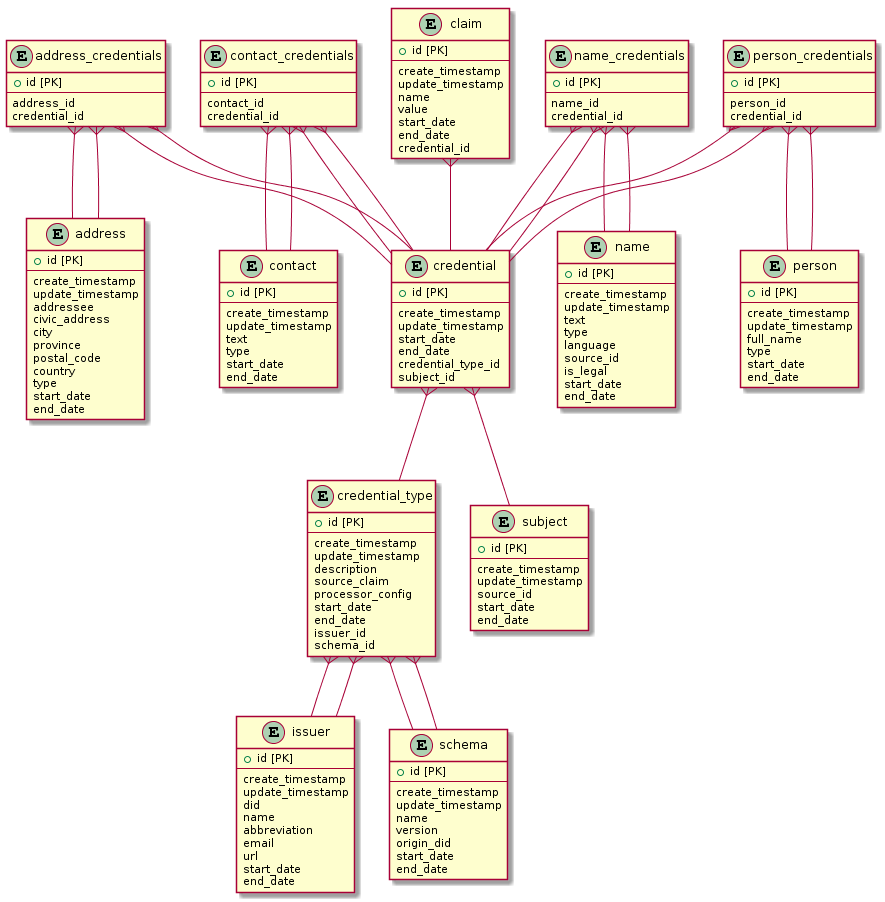
Earlier version of the PlantUML export tob-api/api_v2/docs/images/tob.png (bcgov/TheOrgBook). The source it was exported from:
```plantuml
@startuml
entity "address" {
  + id [PK]
  --
  create_timestamp
  update_timestamp
  addressee
  civic_address
  city
  province
  postal_code
  country
  type
  start_date
  end_date
}

entity "address_credentials" {
  + id [PK]
  --
  address_id
  credential_id
}

entity "claim" {
  + id [PK]
  --
  create_timestamp
  update_timestamp
  name
  value
  start_date
  end_date
  credential_id
}

entity "contact" {
  + id [PK]
  --
  create_timestamp
  update_timestamp
  text
  type
  start_date
  end_date
}

entity "contact_credentials" {
  + id [PK]
  --
  contact_id
  credential_id
}

entity "credential" {
  + id [PK]
  --
  create_timestamp
  update_timestamp
  start_date
  end_date
  credential_type_id
  subject_id
}

entity "credential_type" {
  + id [PK]
  --
  create_timestamp
  update_timestamp
  description
  source_claim
  processor_config
  start_date
  end_date
  issuer_id
  schema_id
}

entity "issuer" {
  + id [PK]
  --
  create_timestamp
  update_timestamp
  did
  name
  abbreviation
  email
  url
  start_date
  end_date
}

entity "name" {
  + id [PK]
  --
  create_timestamp
  update_timestamp
  text
  type
  language
  source_id
  is_legal
  start_date
  end_date
}

entity "name_credentials" {
  + id [PK]
  --
  name_id
  credential_id
}

entity "person" {
  + id [PK]
  --
  create_timestamp
  update_timestamp
  full_name
  type
  start_date
  end_date
}

entity "person_credentials" {
  + id [PK]
  --
  person_id
  credential_id
}

entity "schema" {
  + id [PK]
  --
  create_timestamp
  update_timestamp
  name
  version
  origin_did
  start_date
  end_date
}

entity "subject" {
  + id [PK]
  --
  create_timestamp
  update_timestamp
  source_id
  start_date
  end_date
}

 address_credentials }-- address

 address_credentials }-- address

 address_credentials }-- credential

 address_credentials }-- credential

 claim }-- credential

 contact_credentials }-- contact

 contact_credentials }-- contact

 contact_credentials }-- credential

 contact_credentials }-- credential

 credential }-- credential_type

 credential }-- subject

 credential_type }-- issuer

 credential_type }-- issuer

 credential_type }-- schema

 credential_type }-- schema

 name_credentials }-- credential

 name_credentials }-- credential

 name_credentials }-- name

 name_credentials }-- name

 person_credentials }-- credential

 person_credentials }-- credential

 person_credentials }-- person

 person_credentials }-- person
@enduml
```
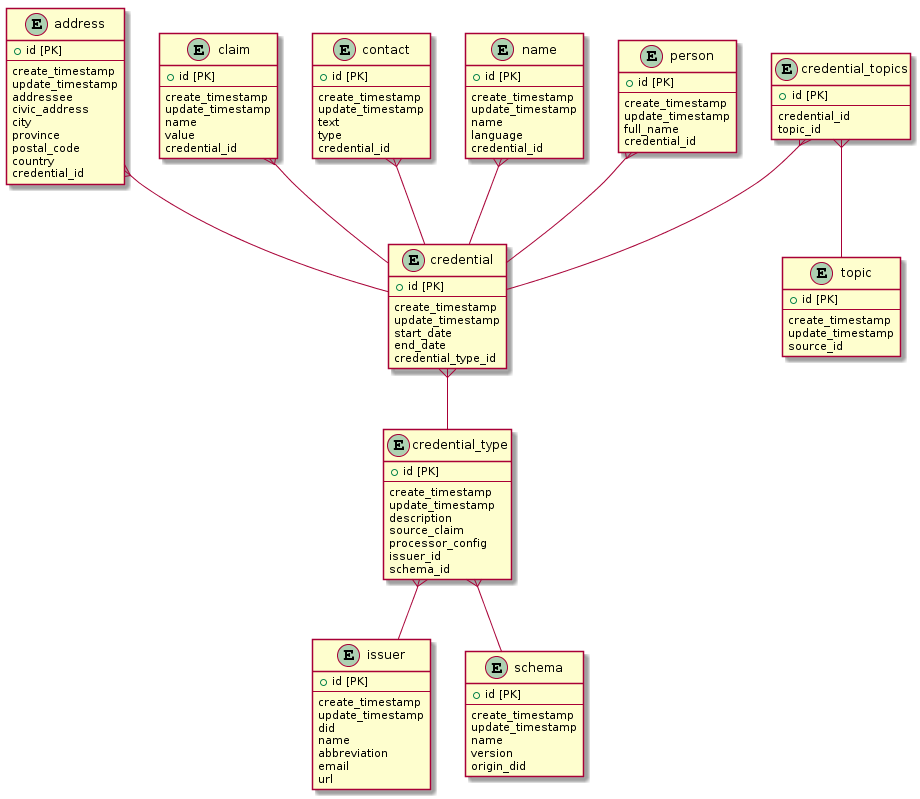
After the commit.

Diff of the diagram source:
```diff
@@ -10,15 +10,6 @@
   province
   postal_code
   country
-  type
-  start_date
-  end_date
-}
-
-entity "address_credentials" {
-  + id [PK]
-  --
-  address_id
   credential_id
 }
 
@@ -29,8 +20,6 @@
   update_timestamp
   name
   value
-  start_date
-  end_date
   credential_id
 }
 
@@ -41,14 +30,6 @@
   update_timestamp
   text
   type
-  start_date
-  end_date
-}
-
-entity "contact_credentials" {
-  + id [PK]
-  --
-  contact_id
   credential_id
 }
 
@@ -60,7 +41,13 @@
   start_date
   end_date
   credential_type_id
-  subject_id
+}
+
+entity "credential_topics" {
+  + id [PK]
+  --
+  credential_id
+  topic_id
 }
 
 entity "credential_type" {
@@ -71,8 +58,6 @@
   description
   source_claim
   processor_config
-  start_date
-  end_date
   issuer_id
   schema_id
 }
@@ -87,8 +72,6 @@
   abbreviation
   email
   url
-  start_date
-  end_date
 }
 
 entity "name" {
@@ -96,19 +79,8 @@
   --
   create_timestamp
   update_timestamp
-  text
-  type
+  name
   language
-  source_id
-  is_legal
-  start_date
-  end_date
-}
-
-entity "name_credentials" {
-  + id [PK]
-  --
-  name_id
   credential_id
 }
 
@@ -118,15 +90,6 @@
   create_timestamp
   update_timestamp
   full_name
-  type
-  start_date
-  end_date
-}
-
-entity "person_credentials" {
-  + id [PK]
-  --
-  person_id
   credential_id
 }
 
@@ -138,63 +101,34 @@
   name
   version
   origin_did
-  start_date
-  end_date
 }
 
-entity "subject" {
+entity "topic" {
   + id [PK]
   --
   create_timestamp
   update_timestamp
   source_id
-  start_date
-  end_date
 }
 
- address_credentials }-- address
-
- address_credentials }-- address
-
- address_credentials }-- credential
-
- address_credentials }-- credential
+ address }-- credential
 
  claim }-- credential
 
- contact_credentials }-- contact
-
- contact_credentials }-- contact
-
- contact_credentials }-- credential
-
- contact_credentials }-- credential
+ contact }-- credential
 
  credential }-- credential_type
 
- credential }-- subject
+ credential_topics }-- credential
 
- credential_type }-- issuer
+ credential_topics }-- topic
 
  credential_type }-- issuer
 
  credential_type }-- schema
 
- credential_type }-- schema
 
- name_credentials }-- credential
+ name }-- credential
 
- name_credentials }-- credential
-
- name_credentials }-- name
-
- name_credentials }-- name
-
- person_credentials }-- credential
-
- person_credentials }-- credential
-
- person_credentials }-- person
-
- person_credentials }-- person
+ person }-- credential
 @enduml
```
